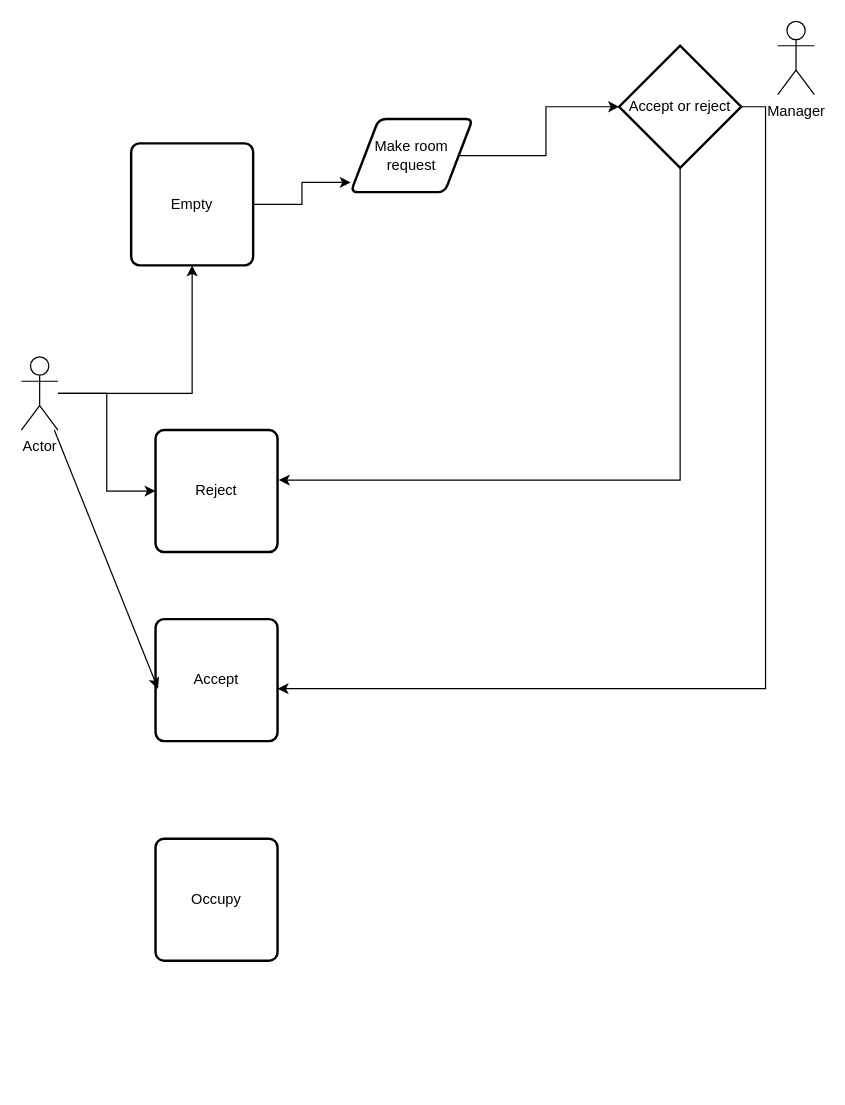
The draw.io diagram RoomBookingRequestFlow.drawio in mattwatts36/drawings, before the edit. Source tidied: cells renumbered, new cells numbered last; positions are measured from the earlier drawing's top-left corner, leaving out a move shared by most shapes. Both pictures are drawn from the tidied source at 122%, with x=0, y=0 at pixel (21, 21).
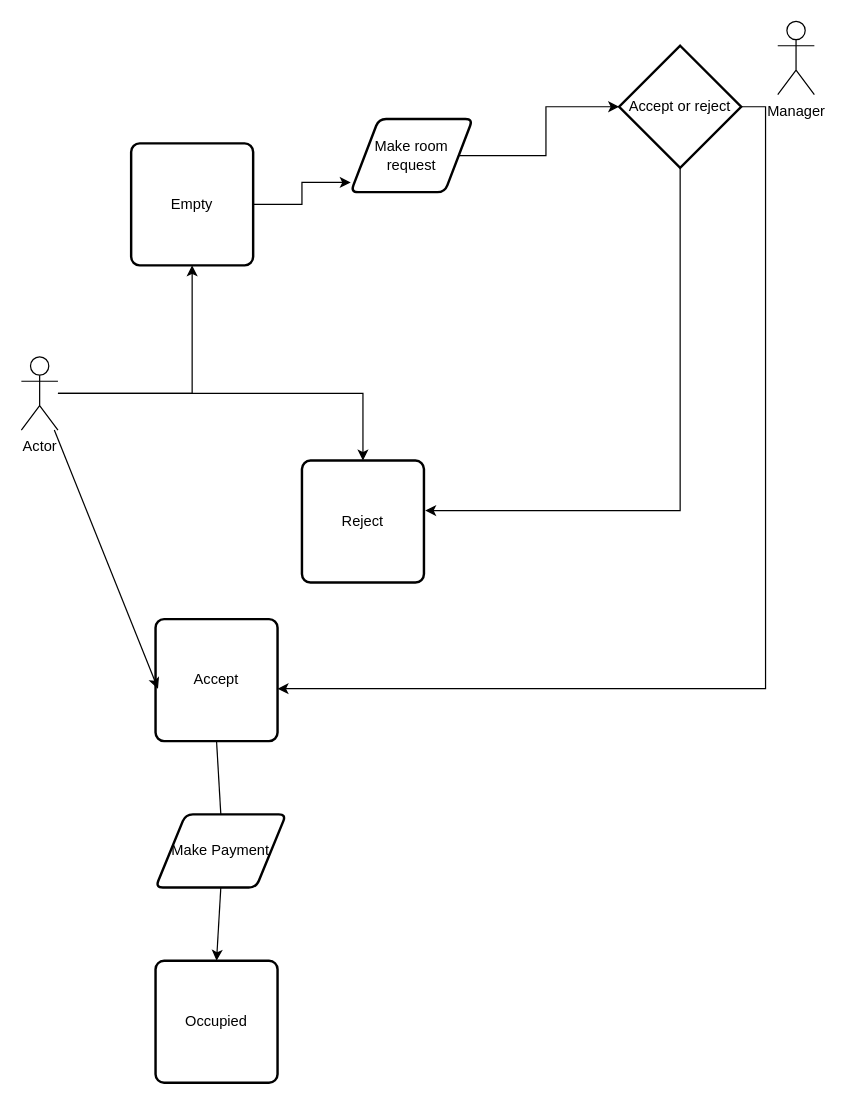
The same page after the edit.

Unchanged cells that the change refers to:
```xml
<mxCell id="3" value="Empty" style="rounded=1;whiteSpace=wrap;html=1;absoluteArcSize=1;arcSize=14;strokeWidth=2;" parent="1" vertex="1">
  <mxGeometry x="90" y="100" width="100" height="100" as="geometry" />
</mxCell>
<mxCell id="11" value="Accept" style="rounded=1;whiteSpace=wrap;html=1;absoluteArcSize=1;arcSize=14;strokeWidth=2;" parent="1" vertex="1">
  <mxGeometry x="110" y="490" width="100" height="100" as="geometry" />
</mxCell>
<mxCell id="15" value="Actor" style="shape=umlActor;verticalLabelPosition=bottom;verticalAlign=top;html=1;outlineConnect=0;" parent="1" vertex="1">
  <mxGeometry y="275" width="30" height="60" as="geometry" />
</mxCell>
```

What changed in the source:
```diff
@@
     <mxCell id="10" value="Reject" style="rounded=1;whiteSpace=wrap;html=1;absoluteArcSize=1;arcSize=14;strokeWidth=2;" parent="1" vertex="1">
-      <mxGeometry x="110" y="335" width="100" height="100" as="geometry" />
+      <mxGeometry x="230" y="360" width="100" height="100" as="geometry" />
     </mxCell>
+    <mxCell id="17" style="edgeStyle=none;rounded=0;jettySize=auto;html=1;exitX=0.5;exitY=1;exitDx=0;exitDy=0;entryX=0.5;entryY=0;entryDx=0;entryDy=0;startArrow=none;" parent="1" edge="1" source="18" target="16">
+      <mxGeometry relative="1" as="geometry" />
+    </mxCell>
@@
     <mxCell id="12" style="edgeStyle=orthogonalEdgeStyle;rounded=0;jettySize=auto;html=1;entryX=0.5;entryY=1;entryDx=0;entryDy=0;" parent="1" edge="1" source="15" target="3">
-      <mxGeometry relative="1" as="geometry" />
+      <mxGeometry relative="1" as="geometry">
+        <Array as="points">
+          <mxPoint x="140" y="305" />
+        </Array>
+      </mxGeometry>
     </mxCell>
@@
-    <mxCell id="16" value="Occupy" style="rounded=1;whiteSpace=wrap;html=1;absoluteArcSize=1;arcSize=14;strokeWidth=2;" parent="1" vertex="1">
-      <mxGeometry x="110" y="670" width="100" height="100" as="geometry" />
+    <mxCell id="16" value="Occupied" style="rounded=1;whiteSpace=wrap;html=1;absoluteArcSize=1;arcSize=14;strokeWidth=2;" parent="1" vertex="1">
+      <mxGeometry x="110" y="770" width="100" height="100" as="geometry" />
     </mxCell>
+    <mxCell id="18" value="Make Payment" style="shape=parallelogram;html=1;strokeWidth=2;perimeter=parallelogramPerimeter;whiteSpace=wrap;rounded=1;arcSize=12;size=0.23;" parent="1" vertex="1">
+      <mxGeometry x="110" y="650" width="107" height="60" as="geometry" />
+    </mxCell>
+    <mxCell id="19" style="edgeStyle=none;rounded=0;jettySize=auto;html=1;exitX=0.5;exitY=1;exitDx=0;exitDy=0;entryX=0.5;entryY=0;entryDx=0;entryDy=0;endArrow=none;" parent="1" edge="1" source="11" target="18">
+      <mxGeometry relative="1" as="geometry" />
+    </mxCell>
```
